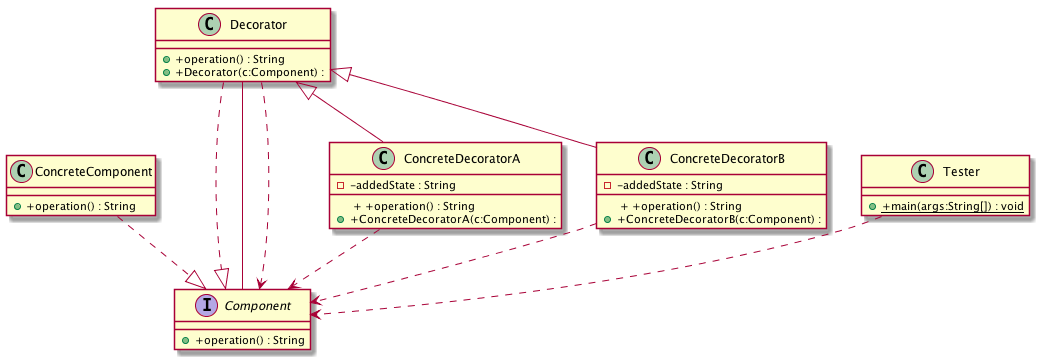
The PlantUML diagram UMLGenerator/test-case-5.png in rashmishrm/UMLParser, before a commit.
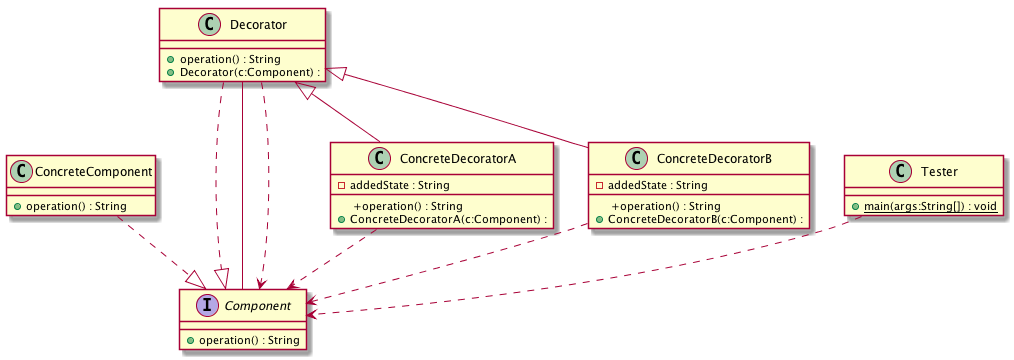
The same file after the commit.

The edit, as a diff of the source:
```diff
@@ -1,31 +1,31 @@
 @startuml
 interface Component{
- + +operation() : String
+ +operation() : String
 }
 
 class ConcreteComponent{
- + +operation() : String
+ +operation() : String
 }
 
 class ConcreteDecoratorA{
-- -addedState : String
- + +operation() : String
-+ +ConcreteDecoratorA(c:Component) :
+- addedState : String
+ +operation() : String
++ConcreteDecoratorA(c:Component) :
 }
 
 class ConcreteDecoratorB{
-- -addedState : String
- + +operation() : String
-+ +ConcreteDecoratorB(c:Component) :
+- addedState : String
+ +operation() : String
++ConcreteDecoratorB(c:Component) :
 }
 
 class Decorator{
- + +operation() : String
-+ +Decorator(c:Component) :
+ +operation() : String
++Decorator(c:Component) :
 }
 
 class Tester{
-{static} + +main(args:String[]) : void
+{static} +main(args:String[]) : void
 }
 
 ConcreteComponent ..|>Component
```
